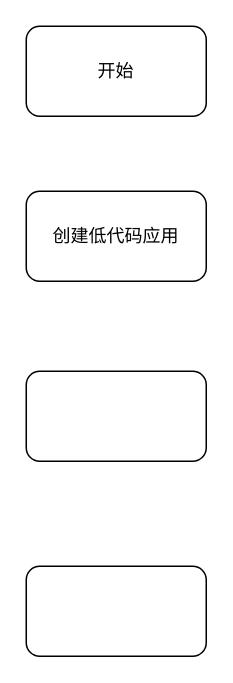
Earlier version of the draw.io diagram 低代码平台——研究内容.drawio (tangyaosimida/love). Source tidied: cells renumbered, new cells numbered last; positions are measured from the earlier drawing's top-left corner, leaving out a move shared by most shapes. Both pictures are drawn from the tidied source at 150%, with x=0, y=0 at pixel (26, 26).
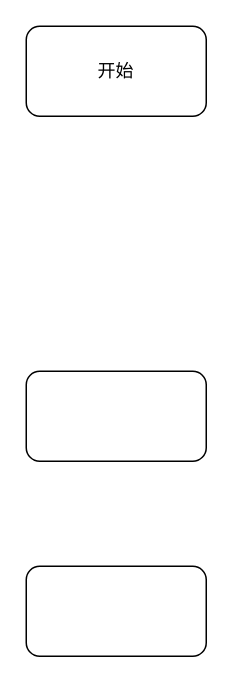
The same diagram, later.

Commit message:
更新低代码平台——研究内容.drawio

Change to the diagram source:
```diff
@@
 <mxGraphModel>
   <root>
     <mxCell id="0" />
     <mxCell id="1" parent="0" />
     <mxCell id="2" value="开始" style="rounded=1;whiteSpace=wrap;html=1;" parent="1" vertex="1">
       <mxGeometry width="120" height="60" as="geometry" />
     </mxCell>
-    <mxCell id="3" value="创建低代码应用" style="rounded=1;whiteSpace=wrap;html=1;" parent="1" vertex="1">
-      <mxGeometry y="110" width="120" height="60" as="geometry" />
-    </mxCell>
     <mxCell id="4" style="rounded=1;whiteSpace=wrap;html=1;" parent="1" vertex="1">
       <mxGeometry y="230" width="120" height="60" as="geometry" />
     </mxCell>
     <mxCell id="5" style="rounded=1;whiteSpace=wrap;html=1;" parent="1" vertex="1">
       <mxGeometry y="360" width="120" height="60" as="geometry" />
     </mxCell>
   </root>
 </mxGraphModel>
```
